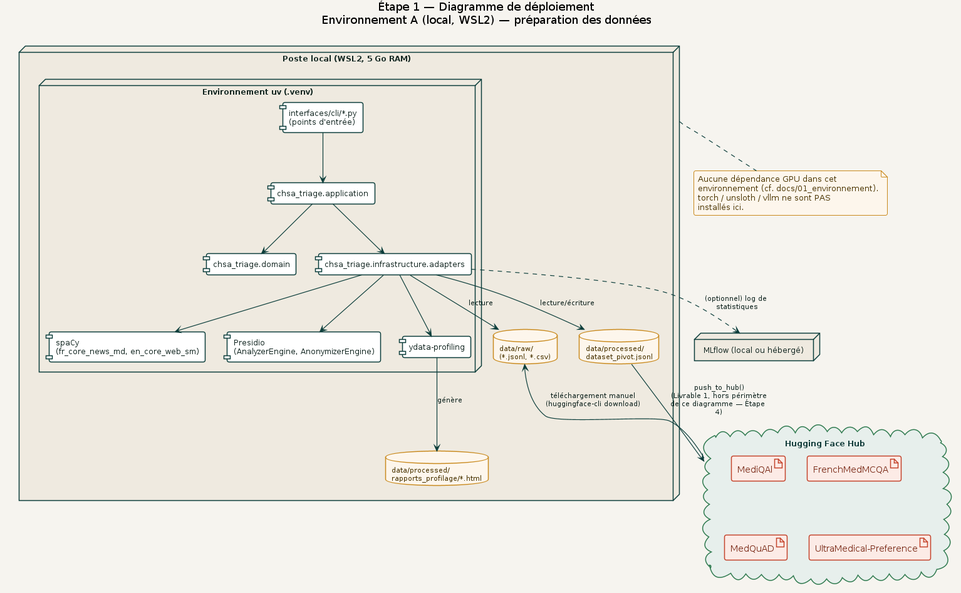
The PlantUML diagram docs/diagrams/02_etape1_donnees/deploiement/deploiement_etape1.png in racemartin/m14_ocr, before a commit. Its source is kept beside it as docs/diagrams/02_etape1_donnees/deploiement/deploiement_etape1.puml. Its diagram source:
```plantuml
@startuml deploiement_etape1
!include ../../_common/estilo.iuml

title Étape 1 : Diagramme de déploiement\nEnvironnement A (local, WSL2), préparation des données

cloud "Hugging Face Hub" as HFHUB {
  artifact "MediQAl" as C1
  artifact "FrenchMedMCQA" as C2
  artifact "MedQuAD" as C3
  artifact "UltraMedical-Preference" as C4
}

node "Poste local (WSL2, 5 Go RAM)" as LOCAL {

  node "Environnement uv (.venv)" as VENV {
    component "interfaces/cli/*.py\n(points d'entrée)" as CLI
    component "chsa_triage.application" as APP
    component "chsa_triage.domain" as DOM
    component "chsa_triage.infrastructure.adapters" as INFRA
    component "spaCy\n(fr_core_news_md, en_core_web_sm)" as SPACY
    component "Presidio\n(AnalyzerEngine, AnonymizerEngine)" as PRESIDIO
    component "ydata-profiling" as YDATA
  }

  database "data/raw/\n(*.jsonl, *.csv)" as RAW
  database "data/processed/\ndataset_pivot.jsonl" as PROCESSED
  database "data/processed/\nrapports_profilage/*.html" as RAPPORTS
}

node "MLflow (local ou hébergé)" as MLFLOW

HFHUB --> RAW : téléchargement manuel\n(huggingface-cli download)
CLI --> APP
APP --> DOM
APP --> INFRA
INFRA --> SPACY
INFRA --> PRESIDIO
INFRA --> YDATA
INFRA --> RAW : lecture
INFRA --> PROCESSED : lecture/écriture
YDATA --> RAPPORTS : génère
INFRA ..> MLFLOW : (optionnel) log de statistiques
PROCESSED --> HFHUB : push_to_hub()\n(Livrable 1, hors périmètre\nde ce diagramme, Étape 4)

note bottom of LOCAL
  Aucune dépendance GPU dans cet
  environnement (cf. docs/01_environnement).
  torch / unsloth / vllm ne sont PAS
  installés ici.
end note

@enduml
```
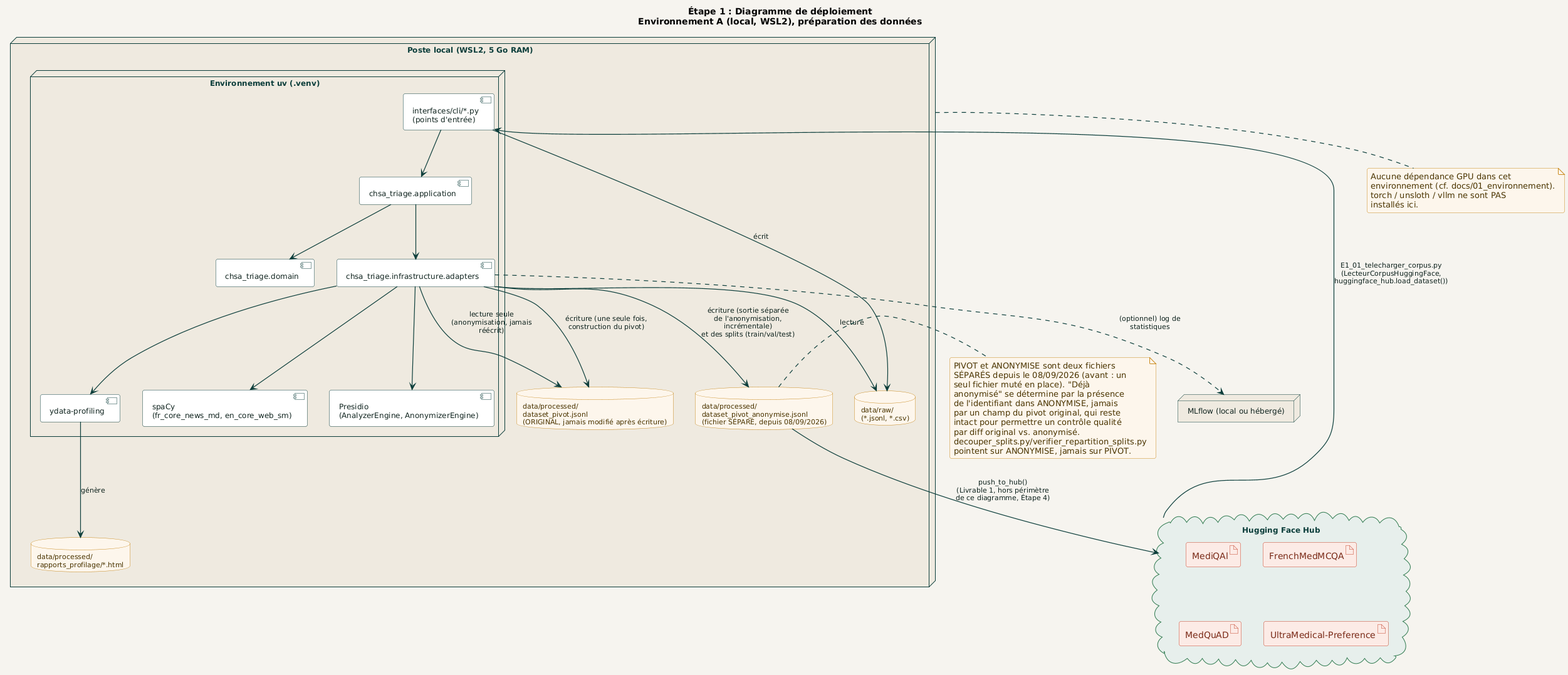
After the commit.

Change to the diagram source:
```diff
@@ -23,13 +23,15 @@
   }
 
   database "data/raw/\n(*.jsonl, *.csv)" as RAW
-  database "data/processed/\ndataset_pivot.jsonl" as PROCESSED
+  database "data/processed/\ndataset_pivot.jsonl\n(ORIGINAL, jamais modifié après écriture)" as PIVOT
+  database "data/processed/\ndataset_pivot_anonymise.jsonl\n(fichier SÉPARÉ, depuis 08/09/2026)" as ANONYMISE
   database "data/processed/\nrapports_profilage/*.html" as RAPPORTS
 }
 
 node "MLflow (local ou hébergé)" as MLFLOW
 
-HFHUB --> RAW : téléchargement manuel\n(huggingface-cli download)
+HFHUB --> CLI : E1_01_telecharger_corpus.py\n(LecteurCorpusHuggingFace,\nhuggingface_hub.load_dataset())
+CLI --> RAW : écrit
 CLI --> APP
 APP --> DOM
 APP --> INFRA
@@ -37,10 +39,12 @@
 INFRA --> PRESIDIO
 INFRA --> YDATA
 INFRA --> RAW : lecture
-INFRA --> PROCESSED : lecture/écriture
+INFRA --> PIVOT : écriture (une seule fois,\nconstruction du pivot)
+INFRA --> PIVOT : lecture seule\n(anonymisation, jamais réécrit)
+INFRA --> ANONYMISE : écriture (sortie séparée\nde l'anonymisation, incrémentale)\net des splits (train/val/test)
 YDATA --> RAPPORTS : génère
 INFRA ..> MLFLOW : (optionnel) log de statistiques
-PROCESSED --> HFHUB : push_to_hub()\n(Livrable 1, hors périmètre\nde ce diagramme, Étape 4)
+ANONYMISE --> HFHUB : push_to_hub()\n(Livrable 1, hors périmètre\nde ce diagramme, Étape 4)
 
 note bottom of LOCAL
   Aucune dépendance GPU dans cet
@@ -49,4 +53,17 @@
   installés ici.
 end note
 
+note right of ANONYMISE
+  PIVOT et ANONYMISE sont deux fichiers
+  SÉPARÉS depuis le 08/09/2026 (avant : un
+  seul fichier muté en place). "Déjà
+  anonymisé" se détermine par la présence
+  de l'identifiant dans ANONYMISE, jamais
+  par un champ du pivot original, qui reste
+  intact pour permettre un contrôle qualité
+  par diff original vs. anonymisé.
+  decouper_splits.py/verifier_repartition_splits.py
+  pointent sur ANONYMISE, jamais sur PIVOT.
+end note
+
 @enduml
```
